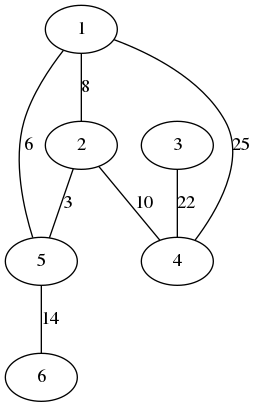
Above: saida.dot.png in pedrobellotti/trabalhoGrafos (Graphviz), before the change. Its source is kept beside it as saida.dot.
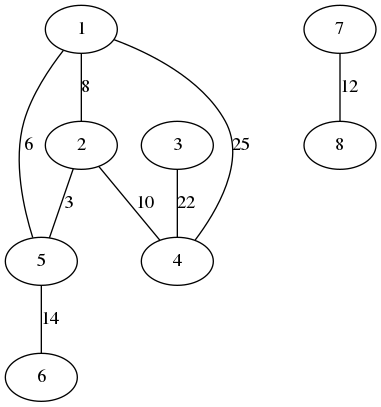
The same file after the commit.

The edit, as a diff of the source:
```diff
@@ -6,4 +6,5 @@
 2 -- 5[label=3];
 3 -- 4[label=22];
 5 -- 6[label=14];
+7 -- 8[label=12];
 }
```
